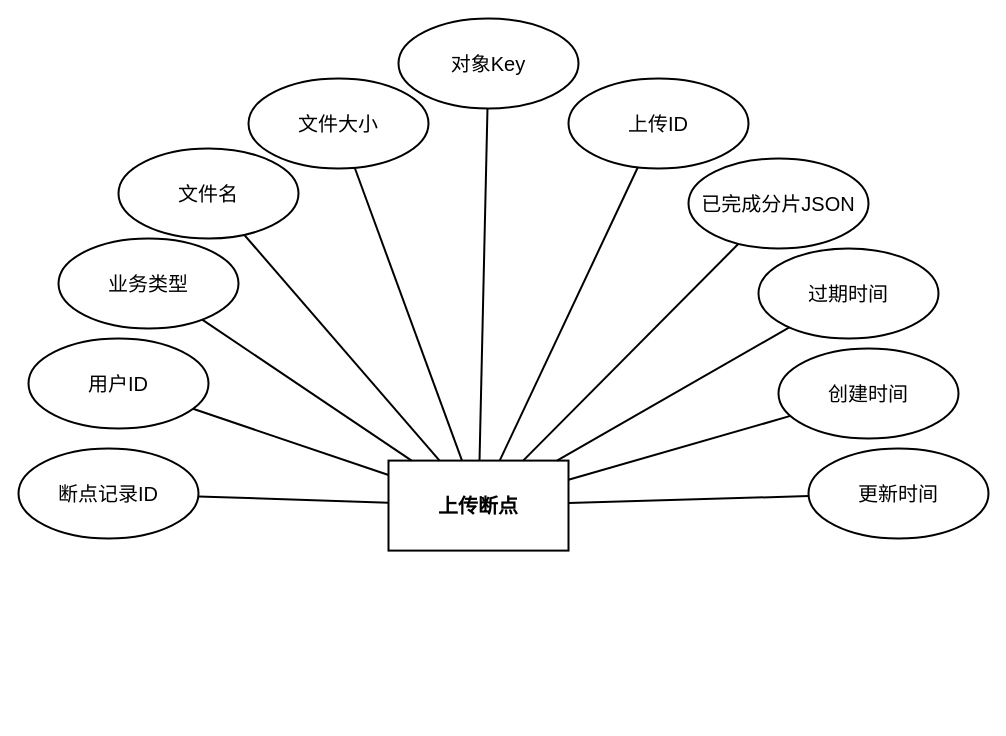
612cs/TrailQuest keeps this draw.io diagram as DOCS/architecture-diagrams/sources/实体图/upload_checkpoints/upload_checkpoints_entity.drawio. Above is the earlier version. Source tidied: cells renumbered, new cells numbered last; positions are measured from the earlier drawing's top-left corner, leaving out a move shared by most shapes. Both pictures are drawn from the tidied source at 100%, with x=0, y=0 at pixel (18, 18).
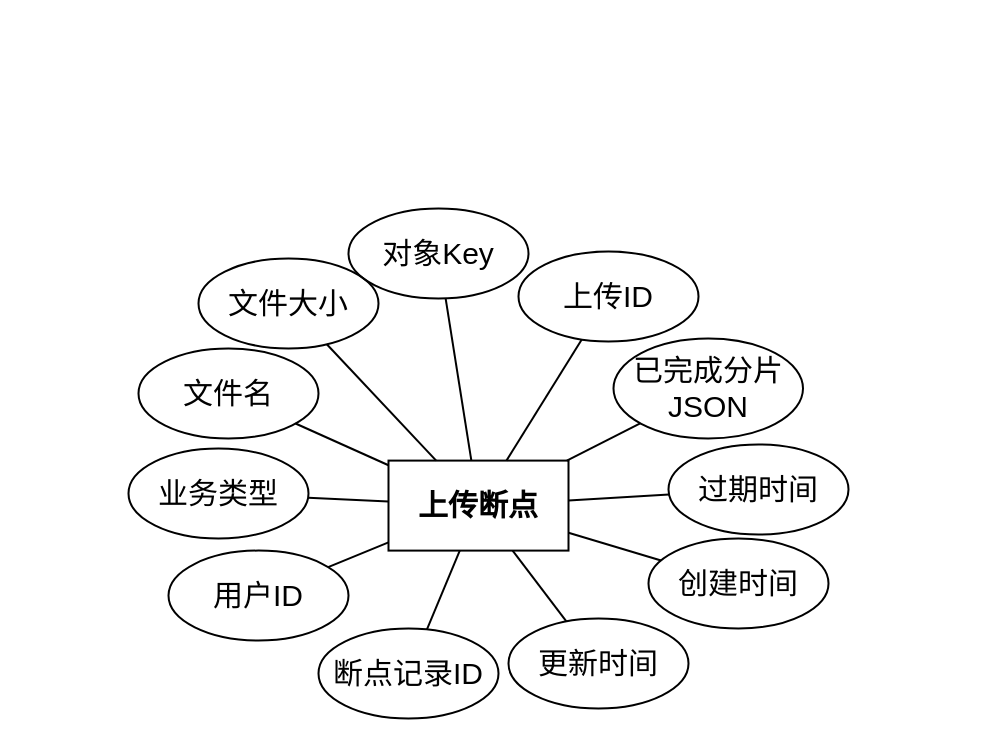
Above is the later version.

Diff of the diagram source:
```diff
@@
-    <mxCell id="2" value="上传断点" style="rounded=0;whiteSpace=wrap;html=1;fillColor=none;strokeColor=#000000;fontColor=#000000;fontFamily=Arial;fontSize=20;fontStyle=1;align=center;verticalAlign=middle;strokeWidth=2;gradientColor=none;shadow=0;glass=0;" parent="1" vertex="1">
+    <mxCell id="2" value="上传断点" style="rounded=0;whiteSpace=wrap;html=1;fillColor=none;strokeColor=#000000;fontColor=#000000;fontFamily=Arial;fontSize=30;fontStyle=1;align=center;verticalAlign=middle;strokeWidth=2;gradientColor=none;shadow=0;glass=0;" parent="1" vertex="1">
       <mxGeometry x="370" y="442.1" width="180" height="90" as="geometry" />
     </mxCell>
-    <mxCell id="3" value="断点记录ID" style="ellipse;whiteSpace=wrap;html=1;fillColor=none;strokeColor=#000000;fontColor=#000000;fontFamily=Arial;fontSize=20;align=center;verticalAlign=middle;strokeWidth=2;gradientColor=none;shadow=0;glass=0;" parent="1" vertex="1">
-      <mxGeometry y="430" width="180" height="90" as="geometry" />
+    <mxCell id="3" value="断点记录ID" style="ellipse;whiteSpace=wrap;html=1;fillColor=none;strokeColor=#000000;fontColor=#000000;fontFamily=Arial;fontSize=30;align=center;verticalAlign=middle;strokeWidth=2;gradientColor=none;shadow=0;glass=0;" parent="1" vertex="1">
+      <mxGeometry x="300" y="610" width="180" height="90" as="geometry" />
     </mxCell>
-    <mxCell id="4" value="用户ID" style="ellipse;whiteSpace=wrap;html=1;fillColor=none;strokeColor=#000000;fontColor=#000000;fontFamily=Arial;fontSize=20;align=center;verticalAlign=middle;strokeWidth=2;gradientColor=none;shadow=0;glass=0;" parent="1" vertex="1">
-      <mxGeometry x="10" y="320" width="180" height="90" as="geometry" />
+    <mxCell id="4" value="用户ID" style="ellipse;whiteSpace=wrap;html=1;fillColor=none;strokeColor=#000000;fontColor=#000000;fontFamily=Arial;fontSize=30;align=center;verticalAlign=middle;strokeWidth=2;gradientColor=none;shadow=0;glass=0;" parent="1" vertex="1">
+      <mxGeometry x="150" y="532.1" width="180" height="90" as="geometry" />
     </mxCell>
-    <mxCell id="5" value="业务类型" style="ellipse;whiteSpace=wrap;html=1;fillColor=none;strokeColor=#000000;fontColor=#000000;fontFamily=Arial;fontSize=20;align=center;verticalAlign=middle;strokeWidth=2;gradientColor=none;shadow=0;glass=0;" parent="1" vertex="1">
-      <mxGeometry x="40" y="220" width="180" height="90" as="geometry" />
+    <mxCell id="5" value="业务类型" style="ellipse;whiteSpace=wrap;html=1;fillColor=none;strokeColor=#000000;fontColor=#000000;fontFamily=Arial;fontSize=30;align=center;verticalAlign=middle;strokeWidth=2;gradientColor=none;shadow=0;glass=0;" parent="1" vertex="1">
+      <mxGeometry x="110" y="430" width="180" height="90" as="geometry" />
     </mxCell>
-    <mxCell id="6" value="文件名" style="ellipse;whiteSpace=wrap;html=1;fillColor=none;strokeColor=#000000;fontColor=#000000;fontFamily=Arial;fontSize=20;align=center;verticalAlign=middle;strokeWidth=2;gradientColor=none;shadow=0;glass=0;" parent="1" vertex="1">
-      <mxGeometry x="100" y="130" width="180" height="90" as="geometry" />
+    <mxCell id="6" value="文件名" style="ellipse;whiteSpace=wrap;html=1;fillColor=none;strokeColor=#000000;fontColor=#000000;fontFamily=Arial;fontSize=30;align=center;verticalAlign=middle;strokeWidth=2;gradientColor=none;shadow=0;glass=0;" parent="1" vertex="1">
+      <mxGeometry x="120" y="330" width="180" height="90" as="geometry" />
     </mxCell>
-    <mxCell id="7" value="文件大小" style="ellipse;whiteSpace=wrap;html=1;fillColor=none;strokeColor=#000000;fontColor=#000000;fontFamily=Arial;fontSize=20;align=center;verticalAlign=middle;strokeWidth=2;gradientColor=none;shadow=0;glass=0;" parent="1" vertex="1">
-      <mxGeometry x="230" y="60" width="180" height="90" as="geometry" />
+    <mxCell id="7" value="文件大小" style="ellipse;whiteSpace=wrap;html=1;fillColor=none;strokeColor=#000000;fontColor=#000000;fontFamily=Arial;fontSize=30;align=center;verticalAlign=middle;strokeWidth=2;gradientColor=none;shadow=0;glass=0;" parent="1" vertex="1">
+      <mxGeometry x="180" y="240" width="180" height="90" as="geometry" />
     </mxCell>
-    <mxCell id="8" value="对象Key" style="ellipse;whiteSpace=wrap;html=1;fillColor=none;strokeColor=#000000;fontColor=#000000;fontFamily=Arial;fontSize=20;align=center;verticalAlign=middle;strokeWidth=2;gradientColor=none;shadow=0;glass=0;" parent="1" vertex="1">
-      <mxGeometry x="380" width="180" height="90" as="geometry" />
+    <mxCell id="8" value="对象Key" style="ellipse;whiteSpace=wrap;html=1;fillColor=none;strokeColor=#000000;fontColor=#000000;fontFamily=Arial;fontSize=30;align=center;verticalAlign=middle;strokeWidth=2;gradientColor=none;shadow=0;glass=0;" parent="1" vertex="1">
+      <mxGeometry x="330" y="190" width="180" height="90" as="geometry" />
     </mxCell>
-    <mxCell id="9" value="上传ID" style="ellipse;whiteSpace=wrap;html=1;fillColor=none;strokeColor=#000000;fontColor=#000000;fontFamily=Arial;fontSize=20;align=center;verticalAlign=middle;strokeWidth=2;gradientColor=none;shadow=0;glass=0;" parent="1" vertex="1">
-      <mxGeometry x="550" y="60" width="180" height="90" as="geometry" />
+    <mxCell id="9" value="上传ID" style="ellipse;whiteSpace=wrap;html=1;fillColor=none;strokeColor=#000000;fontColor=#000000;fontFamily=Arial;fontSize=30;align=center;verticalAlign=middle;strokeWidth=2;gradientColor=none;shadow=0;glass=0;" parent="1" vertex="1">
+      <mxGeometry x="500" y="233" width="180" height="90" as="geometry" />
     </mxCell>
-    <mxCell id="10" value="已完成分片JSON" style="ellipse;whiteSpace=wrap;html=1;fillColor=none;strokeColor=#000000;fontColor=#000000;fontFamily=Arial;fontSize=20;align=center;verticalAlign=middle;strokeWidth=2;gradientColor=none;shadow=0;glass=0;" parent="1" vertex="1">
-      <mxGeometry x="670" y="140" width="180" height="90" as="geometry" />
+    <mxCell id="10" value="已完成分片JSON" style="ellipse;whiteSpace=wrap;html=1;fillColor=none;strokeColor=#000000;fontColor=#000000;fontFamily=Arial;fontSize=30;align=center;verticalAlign=middle;strokeWidth=2;gradientColor=none;shadow=0;glass=0;" parent="1" vertex="1">
+      <mxGeometry x="595" y="320" width="189.5" height="100" as="geometry" />
     </mxCell>
-    <mxCell id="11" value="过期时间" style="ellipse;whiteSpace=wrap;html=1;fillColor=none;strokeColor=#000000;fontColor=#000000;fontFamily=Arial;fontSize=20;align=center;verticalAlign=middle;strokeWidth=2;gradientColor=none;shadow=0;glass=0;" parent="1" vertex="1">
-      <mxGeometry x="740" y="230" width="180" height="90" as="geometry" />
+    <mxCell id="11" value="过期时间" style="ellipse;whiteSpace=wrap;html=1;fillColor=none;strokeColor=#000000;fontColor=#000000;fontFamily=Arial;fontSize=30;align=center;verticalAlign=middle;strokeWidth=2;gradientColor=none;shadow=0;glass=0;" parent="1" vertex="1">
+      <mxGeometry x="650" y="426" width="180" height="90" as="geometry" />
     </mxCell>
-    <mxCell id="12" value="创建时间" style="ellipse;whiteSpace=wrap;html=1;fillColor=none;strokeColor=#000000;fontColor=#000000;fontFamily=Arial;fontSize=20;align=center;verticalAlign=middle;strokeWidth=2;gradientColor=none;shadow=0;glass=0;" parent="1" vertex="1">
-      <mxGeometry x="760" y="330" width="180" height="90" as="geometry" />
+    <mxCell id="12" value="创建时间" style="ellipse;whiteSpace=wrap;html=1;fillColor=none;strokeColor=#000000;fontColor=#000000;fontFamily=Arial;fontSize=30;align=center;verticalAlign=middle;strokeWidth=2;gradientColor=none;shadow=0;glass=0;" parent="1" vertex="1">
+      <mxGeometry x="630" y="520" width="180" height="90" as="geometry" />
     </mxCell>
-    <mxCell id="13" value="更新时间" style="ellipse;whiteSpace=wrap;html=1;fillColor=none;strokeColor=#000000;fontColor=#000000;fontFamily=Arial;fontSize=20;align=center;verticalAlign=middle;strokeWidth=2;gradientColor=none;shadow=0;glass=0;" parent="1" vertex="1">
-      <mxGeometry x="790" y="430" width="180" height="90" as="geometry" />
+    <mxCell id="13" value="更新时间" style="ellipse;whiteSpace=wrap;html=1;fillColor=none;strokeColor=#000000;fontColor=#000000;fontFamily=Arial;fontSize=30;align=center;verticalAlign=middle;strokeWidth=2;gradientColor=none;shadow=0;glass=0;" parent="1" vertex="1">
+      <mxGeometry x="490" y="600" width="180" height="90" as="geometry" />
     </mxCell>
-    <mxCell id="14" style="endArrow=none;html=1;rounded=0;strokeColor=#000000;strokeWidth=2;" parent="1" edge="1" source="2" target="3">
+    <mxCell id="14" style="endArrow=none;html=1;rounded=0;strokeColor=#000000;strokeWidth=2;fontSize=30;" parent="1" edge="1" source="2" target="3">
       <mxGeometry relative="1" as="geometry" />
     </mxCell>
-    <mxCell id="15" style="endArrow=none;html=1;rounded=0;strokeColor=#000000;strokeWidth=2;" parent="1" edge="1" source="2" target="4">
+    <mxCell id="15" style="endArrow=none;html=1;rounded=0;strokeColor=#000000;strokeWidth=2;fontSize=30;" parent="1" edge="1" source="2" target="4">
       <mxGeometry relative="1" as="geometry" />
     </mxCell>
-    <mxCell id="16" style="endArrow=none;html=1;rounded=0;strokeColor=#000000;strokeWidth=2;" parent="1" edge="1" source="2" target="5">
+    <mxCell id="16" style="endArrow=none;html=1;rounded=0;strokeColor=#000000;strokeWidth=2;fontSize=30;" parent="1" edge="1" source="2" target="5">
       <mxGeometry relative="1" as="geometry" />
     </mxCell>
-    <mxCell id="17" style="endArrow=none;html=1;rounded=0;strokeColor=#000000;strokeWidth=2;" parent="1" edge="1" source="2" target="6">
+    <mxCell id="17" style="endArrow=none;html=1;rounded=0;strokeColor=#000000;strokeWidth=2;fontSize=30;" parent="1" edge="1" source="2" target="6">
       <mxGeometry relative="1" as="geometry" />
     </mxCell>
-    <mxCell id="18" style="endArrow=none;html=1;rounded=0;strokeColor=#000000;strokeWidth=2;" parent="1" edge="1" source="2" target="7">
+    <mxCell id="18" style="endArrow=none;html=1;rounded=0;strokeColor=#000000;strokeWidth=2;fontSize=30;" parent="1" edge="1" source="2" target="7">
       <mxGeometry relative="1" as="geometry" />
     </mxCell>
-    <mxCell id="19" style="endArrow=none;html=1;rounded=0;strokeColor=#000000;strokeWidth=2;" parent="1" edge="1" source="2" target="8">
+    <mxCell id="19" style="endArrow=none;html=1;rounded=0;strokeColor=#000000;strokeWidth=2;fontSize=30;" parent="1" edge="1" source="2" target="8">
       <mxGeometry relative="1" as="geometry" />
     </mxCell>
-    <mxCell id="20" style="endArrow=none;html=1;rounded=0;strokeColor=#000000;strokeWidth=2;" parent="1" edge="1" source="2" target="9">
+    <mxCell id="20" style="endArrow=none;html=1;rounded=0;strokeColor=#000000;strokeWidth=2;fontSize=30;" parent="1" edge="1" source="2" target="9">
       <mxGeometry relative="1" as="geometry" />
     </mxCell>
-    <mxCell id="21" style="endArrow=none;html=1;rounded=0;strokeColor=#000000;strokeWidth=2;" parent="1" edge="1" source="2" target="10">
+    <mxCell id="21" style="endArrow=none;html=1;rounded=0;strokeColor=#000000;strokeWidth=2;fontSize=30;" parent="1" edge="1" source="2" target="10">
       <mxGeometry relative="1" as="geometry" />
     </mxCell>
-    <mxCell id="22" style="endArrow=none;html=1;rounded=0;strokeColor=#000000;strokeWidth=2;" parent="1" edge="1" source="2" target="11">
+    <mxCell id="22" style="endArrow=none;html=1;rounded=0;strokeColor=#000000;strokeWidth=2;fontSize=30;" parent="1" edge="1" source="2" target="11">
       <mxGeometry relative="1" as="geometry" />
     </mxCell>
-    <mxCell id="23" style="endArrow=none;html=1;rounded=0;strokeColor=#000000;strokeWidth=2;" parent="1" edge="1" source="2" target="12">
+    <mxCell id="23" style="endArrow=none;html=1;rounded=0;strokeColor=#000000;strokeWidth=2;fontSize=30;" parent="1" edge="1" source="2" target="12">
       <mxGeometry relative="1" as="geometry" />
     </mxCell>
-    <mxCell id="24" style="endArrow=none;html=1;rounded=0;strokeColor=#000000;strokeWidth=2;" parent="1" edge="1" source="2" target="13">
+    <mxCell id="24" style="endArrow=none;html=1;rounded=0;strokeColor=#000000;strokeWidth=2;fontSize=30;" parent="1" edge="1" source="2" target="13">
       <mxGeometry relative="1" as="geometry" />
     </mxCell>
```
